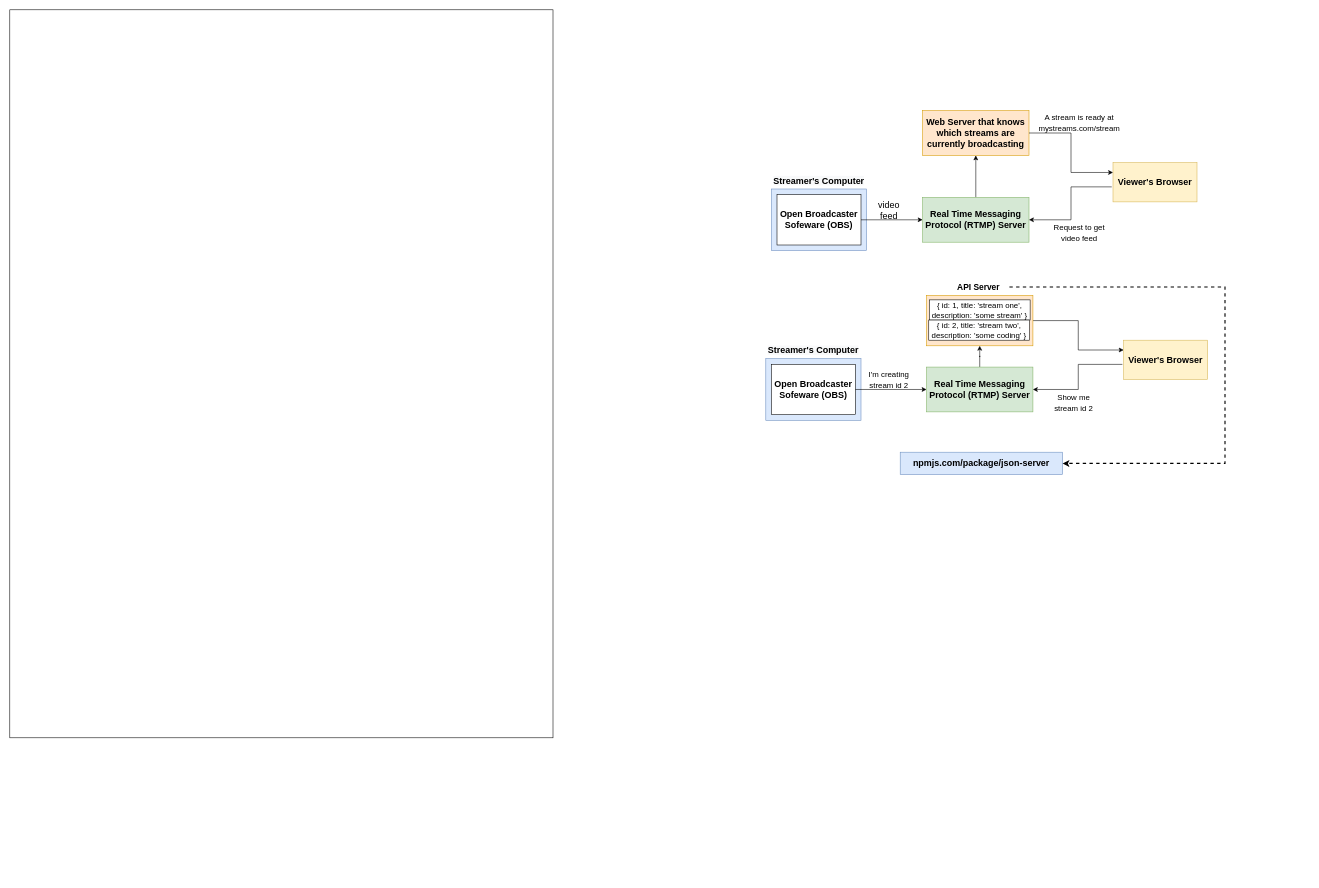
Before: ReactProjects/streamApp.drawio in xuh7x/web-dev, a draw.io diagram. Source tidied: cells renumbered, new cells numbered last; positions are measured from the earlier drawing's top-left corner, leaving out a move shared by most shapes. Both pictures are drawn from the tidied source at 56%, with x=0, y=0 at pixel (10, 10).
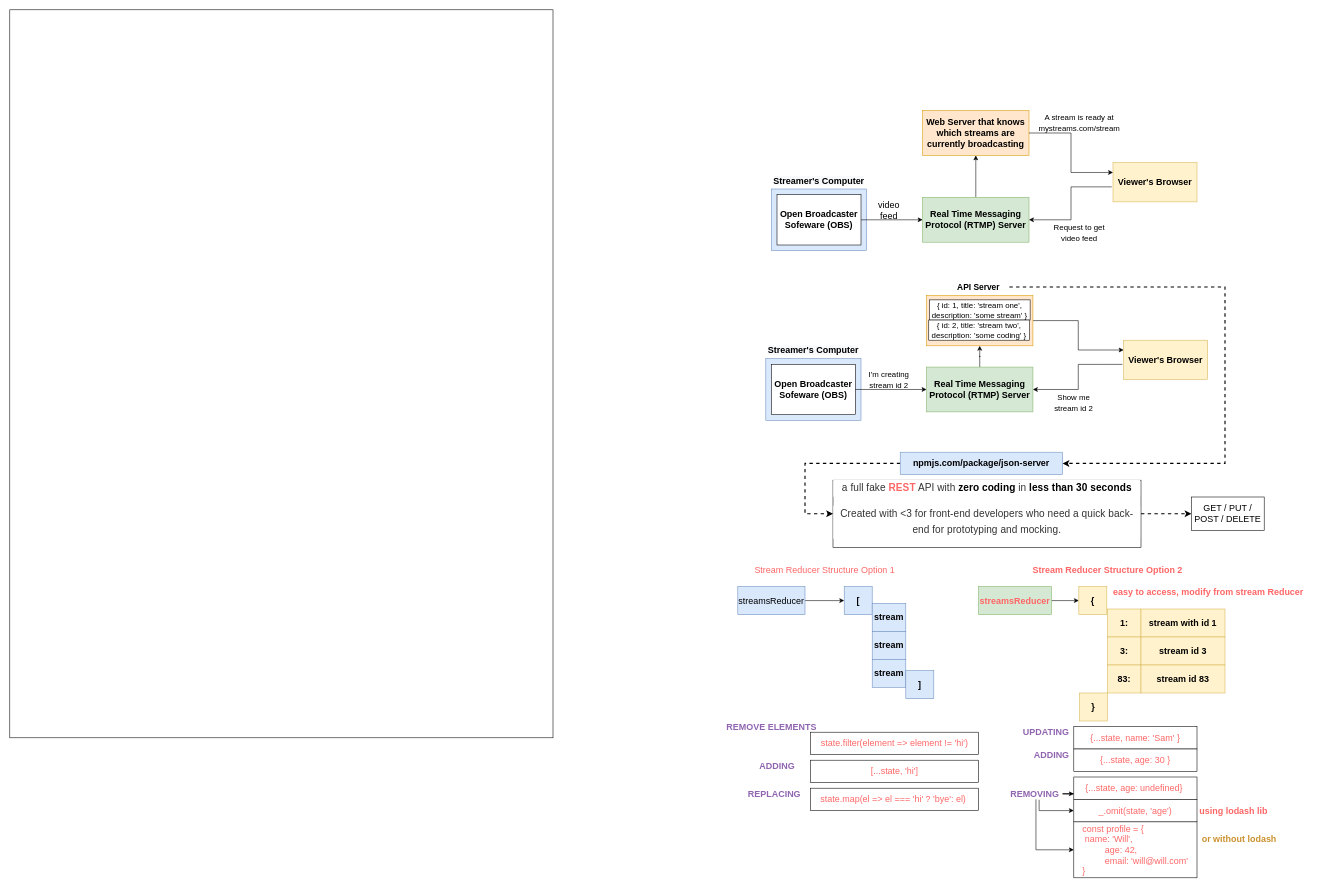
Above is the later version.

Unchanged cells that the change refers to:
```xml
<mxCell id="39" value="&lt;font style=&quot;font-size: 16px&quot;&gt;&lt;b&gt;npmjs.com/package/json-server&lt;/b&gt;&lt;/font&gt;" style="rounded=0;whiteSpace=wrap;html=1;fontSize=14;align=center;fillColor=#dae8fc;strokeColor=#6c8ebf;" parent="1" vertex="1">
  <mxGeometry x="1590" y="790" width="290" height="40" as="geometry" />
</mxCell>
```

The edit, as a diff of the source:
```diff
@@
+    <mxCell id="41" style="edgeStyle=orthogonalEdgeStyle;rounded=0;jettySize=auto;html=1;entryX=0;entryY=0.5;entryDx=0;entryDy=0;dashed=1;fontSize=16;strokeWidth=2;exitX=0;exitY=0.5;exitDx=0;exitDy=0;" parent="1" edge="1" source="39" target="43">
+      <mxGeometry relative="1" as="geometry">
+        <Array as="points">
+          <mxPoint x="1420" y="810" />
+          <mxPoint x="1420" y="900" />
+        </Array>
+      </mxGeometry>
+    </mxCell>
@@
+    <mxCell id="42" style="edgeStyle=orthogonalEdgeStyle;rounded=0;jettySize=auto;html=1;dashed=1;fontSize=16;fontColor=#FF6666;strokeWidth=2;" parent="1" edge="1" source="43" target="44">
+      <mxGeometry relative="1" as="geometry" />
+    </mxCell>
+    <mxCell id="43" value="&lt;p style=&quot;box-sizing: border-box ; font-size: 18px ; margin-top: 0px ; margin-bottom: 16px ; line-height: 1.65 ; letter-spacing: 0.1px ; font-family: &amp;#34;source sans pro&amp;#34; , &amp;#34;lucida grande&amp;#34; , sans-serif ; background-color: rgb(255 , 255 , 255)&quot;&gt;&lt;font color=&quot;#333333&quot;&gt;a full fake &lt;/font&gt;&lt;b&gt;&lt;font color=&quot;#ff6666&quot;&gt;REST&lt;/font&gt;&lt;/b&gt;&lt;font color=&quot;#333333&quot;&gt; API with&amp;nbsp;&lt;/font&gt;&lt;span style=&quot;color: black ; box-sizing: border-box ; font-weight: bolder&quot;&gt;zero coding&lt;/span&gt;&lt;font color=&quot;#333333&quot;&gt;&amp;nbsp;in&amp;nbsp;&lt;/font&gt;&lt;span style=&quot;color: black ; box-sizing: border-box ; font-weight: bolder&quot;&gt;less than 30 seconds&lt;/span&gt;&lt;/p&gt;&lt;p style=&quot;box-sizing: border-box ; color: rgb(51 , 51 , 51) ; font-size: 18px ; margin-top: 0px ; margin-bottom: 16px ; line-height: 1.65 ; letter-spacing: 0.1px ; font-family: &amp;#34;source sans pro&amp;#34; , &amp;#34;lucida grande&amp;#34; , sans-serif ; background-color: rgb(255 , 255 , 255)&quot;&gt;Created with &amp;lt;3 for front-end developers who need a quick back-end for prototyping and mocking.&lt;/p&gt;" style="rounded=0;whiteSpace=wrap;html=1;fontSize=16;align=center;" parent="1" vertex="1">
+      <mxGeometry x="1470" y="840" width="550" height="120" as="geometry" />
+    </mxCell>
+    <mxCell id="44" value="GET / PUT / POST / DELETE" style="whiteSpace=wrap;html=1;rounded=0;fontSize=16;" parent="1" vertex="1">
+      <mxGeometry x="2110" y="870" width="130" height="60" as="geometry" />
+    </mxCell>
+    <mxCell id="45" style="edgeStyle=orthogonalEdgeStyle;rounded=0;jettySize=auto;html=1;fontSize=16;fontColor=#FF6666;strokeWidth=1;" parent="1" edge="1" source="46" target="49">
+      <mxGeometry relative="1" as="geometry" />
+    </mxCell>
+    <mxCell id="46" value="streamsReducer" style="rounded=0;whiteSpace=wrap;html=1;fontSize=16;align=center;fillColor=#dae8fc;strokeColor=#6c8ebf;" parent="1" vertex="1">
+      <mxGeometry x="1300" y="1030" width="120" height="50" as="geometry" />
+    </mxCell>
+    <mxCell id="47" value="Stream Reducer Structure Option 1" style="text;html=1;align=center;verticalAlign=middle;strokeColor=none;fillColor=none;fontSize=16;fontColor=#FF6666;" parent="1" vertex="1">
+      <mxGeometry x="1320" y="990" width="270" height="20" as="geometry" />
+    </mxCell>
+    <mxCell id="48" value="&lt;b&gt;Stream Reducer Structure Option 2&lt;/b&gt;" style="text;html=1;align=center;verticalAlign=middle;strokeColor=none;fillColor=none;fontSize=16;fontColor=#FF6666;" parent="1" vertex="1">
+      <mxGeometry x="1820" y="990" width="280" height="20" as="geometry" />
+    </mxCell>
+    <mxCell id="49" value="&lt;b&gt;[&lt;/b&gt;" style="rounded=0;whiteSpace=wrap;html=1;fontSize=16;align=center;fillColor=#dae8fc;strokeColor=#6c8ebf;" parent="1" vertex="1">
+      <mxGeometry x="1490" y="1030" width="50" height="50" as="geometry" />
+    </mxCell>
+    <mxCell id="50" value="&lt;b&gt;stream&lt;/b&gt;" style="rounded=0;whiteSpace=wrap;html=1;fontSize=16;align=center;fillColor=#dae8fc;strokeColor=#6c8ebf;" parent="1" vertex="1">
+      <mxGeometry x="1540" y="1060" width="60" height="50" as="geometry" />
+    </mxCell>
+    <mxCell id="51" value="&lt;b&gt;stream&lt;/b&gt;" style="rounded=0;whiteSpace=wrap;html=1;fontSize=16;align=center;fillColor=#dae8fc;strokeColor=#6c8ebf;" parent="1" vertex="1">
+      <mxGeometry x="1540" y="1110" width="60" height="50" as="geometry" />
+    </mxCell>
+    <mxCell id="52" value="&lt;b&gt;stream&lt;/b&gt;" style="rounded=0;whiteSpace=wrap;html=1;fontSize=16;align=center;fillColor=#dae8fc;strokeColor=#6c8ebf;" parent="1" vertex="1">
+      <mxGeometry x="1540" y="1160" width="60" height="50" as="geometry" />
+    </mxCell>
+    <mxCell id="53" value="&lt;b&gt;]&lt;/b&gt;" style="rounded=0;whiteSpace=wrap;html=1;fontSize=16;align=center;fillColor=#dae8fc;strokeColor=#6c8ebf;" parent="1" vertex="1">
+      <mxGeometry x="1600" y="1180" width="50" height="50" as="geometry" />
+    </mxCell>
+    <mxCell id="54" style="edgeStyle=orthogonalEdgeStyle;rounded=0;jettySize=auto;html=1;entryX=0;entryY=0.5;entryDx=0;entryDy=0;fontSize=16;fontColor=#FF6666;strokeWidth=1;" parent="1" edge="1" source="55" target="60">
+      <mxGeometry relative="1" as="geometry" />
+    </mxCell>
+    <mxCell id="55" value="&lt;b&gt;&lt;font color=&quot;#ff6666&quot;&gt;streamsReducer&lt;/font&gt;&lt;/b&gt;" style="rounded=0;whiteSpace=wrap;html=1;fontSize=16;align=center;fillColor=#d5e8d4;strokeColor=#82b366;" parent="1" vertex="1">
+      <mxGeometry x="1730" y="1030" width="130" height="50" as="geometry" />
+    </mxCell>
+    <mxCell id="56" value="&lt;b&gt;1:&lt;/b&gt;" style="rounded=0;whiteSpace=wrap;html=1;fontSize=16;align=center;fillColor=#fff2cc;strokeColor=#d6b656;" parent="1" vertex="1">
+      <mxGeometry x="1960" y="1070" width="60" height="50" as="geometry" />
+    </mxCell>
+    <mxCell id="57" value="&lt;b&gt;3:&lt;/b&gt;" style="rounded=0;whiteSpace=wrap;html=1;fontSize=16;align=center;fillColor=#fff2cc;strokeColor=#d6b656;" parent="1" vertex="1">
+      <mxGeometry x="1960" y="1120" width="60" height="50" as="geometry" />
+    </mxCell>
+    <mxCell id="58" value="&lt;b&gt;83:&lt;/b&gt;" style="rounded=0;whiteSpace=wrap;html=1;fontSize=16;align=center;fillColor=#fff2cc;strokeColor=#d6b656;" parent="1" vertex="1">
+      <mxGeometry x="1960" y="1170" width="60" height="50" as="geometry" />
+    </mxCell>
+    <mxCell id="59" value="&lt;b&gt;}&lt;/b&gt;" style="rounded=0;whiteSpace=wrap;html=1;fontSize=16;align=center;fillColor=#fff2cc;strokeColor=#d6b656;" parent="1" vertex="1">
+      <mxGeometry x="1910" y="1220" width="50" height="50" as="geometry" />
+    </mxCell>
+    <mxCell id="60" value="&lt;b&gt;{&lt;/b&gt;" style="rounded=0;whiteSpace=wrap;html=1;fontSize=16;align=center;fillColor=#fff2cc;strokeColor=#d6b656;" parent="1" vertex="1">
+      <mxGeometry x="1909" y="1030" width="50" height="50" as="geometry" />
+    </mxCell>
+    <mxCell id="61" value="&lt;b&gt;stream with id 1&lt;/b&gt;" style="rounded=0;whiteSpace=wrap;html=1;fontSize=16;align=center;fillColor=#fff2cc;strokeColor=#d6b656;" parent="1" vertex="1">
+      <mxGeometry x="2020" y="1070" width="150" height="50" as="geometry" />
+    </mxCell>
+    <mxCell id="62" value="&lt;b&gt;stream id 3&lt;/b&gt;" style="rounded=0;whiteSpace=wrap;html=1;fontSize=16;align=center;fillColor=#fff2cc;strokeColor=#d6b656;" parent="1" vertex="1">
+      <mxGeometry x="2020" y="1120" width="150" height="50" as="geometry" />
+    </mxCell>
+    <mxCell id="63" value="&lt;b&gt;stream id 83&lt;/b&gt;" style="rounded=0;whiteSpace=wrap;html=1;fontSize=16;align=center;fillColor=#fff2cc;strokeColor=#d6b656;" parent="1" vertex="1">
+      <mxGeometry x="2020" y="1170" width="150" height="50" as="geometry" />
+    </mxCell>
+    <mxCell id="64" value="&lt;b&gt;easy to access, modify from stream Reducer&lt;/b&gt;" style="text;html=1;align=center;verticalAlign=middle;strokeColor=none;fillColor=none;fontSize=16;fontColor=#FF6666;" parent="1" vertex="1">
+      <mxGeometry x="1960" y="1030" width="360" height="20" as="geometry" />
+    </mxCell>
+    <mxCell id="65" value="state.map(el =&amp;gt; el === 'hi' ? 'bye': el)&amp;nbsp;" style="whiteSpace=wrap;html=1;fontSize=16;fontColor=#FF6666;align=center;" parent="1" vertex="1">
+      <mxGeometry x="1430" y="1390" width="300" height="40" as="geometry" />
+    </mxCell>
+    <mxCell id="66" value="&lt;div style=&quot;text-align: left&quot;&gt;&lt;span&gt;const profile = {&lt;/span&gt;&lt;/div&gt;&lt;div style=&quot;text-align: left&quot;&gt;&lt;span&gt;&lt;span style=&quot;white-space: pre&quot;&gt; &lt;/span&gt;name: 'Will',&lt;/span&gt;&lt;/div&gt;&lt;blockquote style=&quot;margin: 0 0 0 40px ; border: none ; padding: 0px&quot;&gt;&lt;div style=&quot;text-align: left&quot;&gt;&lt;span&gt;age: 42,&lt;/span&gt;&lt;/div&gt;&lt;/blockquote&gt;&lt;blockquote style=&quot;margin: 0 0 0 40px ; border: none ; padding: 0px&quot;&gt;&lt;div style=&quot;text-align: left&quot;&gt;&lt;span&gt;email: 'will@will.com'&lt;/span&gt;&lt;/div&gt;&lt;/blockquote&gt;&lt;div style=&quot;text-align: left&quot;&gt;&lt;span&gt;}&lt;/span&gt;&lt;/div&gt;" style="whiteSpace=wrap;html=1;fontSize=16;fontColor=#FF6666;align=center;" parent="1" vertex="1">
+      <mxGeometry x="1900" y="1450" width="220" height="100" as="geometry" />
+    </mxCell>
+    <mxCell id="67" value="state.filter(element =&amp;gt; element != 'hi')" style="whiteSpace=wrap;html=1;fontSize=16;fontColor=#FF6666;align=center;" parent="1" vertex="1">
+      <mxGeometry x="1430" y="1290" width="300" height="40" as="geometry" />
+    </mxCell>
+    <mxCell id="68" value="&lt;span style=&quot;color: rgb(144 , 101 , 176) ; font-weight: 600&quot;&gt;REMOVE ELEMENTS&lt;/span&gt;" style="text;html=1;align=center;verticalAlign=middle;strokeColor=none;fillColor=none;fontSize=16;fontColor=#FF6666;" parent="1" vertex="1">
+      <mxGeometry x="1270" y="1270" width="180" height="20" as="geometry" />
+    </mxCell>
+    <mxCell id="69" value="&lt;span style=&quot;color: rgb(144 , 101 , 176) ; font-weight: 600&quot;&gt;ADDING&lt;/span&gt;" style="text;html=1;align=center;verticalAlign=middle;strokeColor=none;fillColor=none;fontSize=16;fontColor=#FF6666;" parent="1" vertex="1">
+      <mxGeometry x="1330" y="1340" width="80" height="20" as="geometry" />
+    </mxCell>
+    <mxCell id="70" value="[...state, 'hi']" style="whiteSpace=wrap;html=1;fontSize=16;fontColor=#FF6666;align=center;" parent="1" vertex="1">
+      <mxGeometry x="1430" y="1340" width="300" height="40" as="geometry" />
+    </mxCell>
+    <mxCell id="71" value="&lt;span style=&quot;color: rgb(144 , 101 , 176) ; font-weight: 600&quot;&gt;REPLACING&lt;/span&gt;" style="text;html=1;align=center;verticalAlign=middle;strokeColor=none;fillColor=none;fontSize=16;fontColor=#FF6666;" parent="1" vertex="1">
+      <mxGeometry x="1310" y="1390" width="110" height="20" as="geometry" />
+    </mxCell>
+    <mxCell id="72" value="&lt;span style=&quot;color: rgb(144 , 101 , 176)&quot;&gt;&lt;b&gt;UPDATING&lt;/b&gt;&lt;/span&gt;" style="text;html=1;align=center;verticalAlign=middle;strokeColor=none;fillColor=none;fontSize=16;fontColor=#FF6666;" parent="1" vertex="1">
+      <mxGeometry x="1800" y="1279" width="100" height="20" as="geometry" />
+    </mxCell>
+    <mxCell id="73" value="&lt;span&gt;{...state, name: 'Sam' }&lt;/span&gt;" style="whiteSpace=wrap;html=1;fontSize=16;fontColor=#FF6666;align=center;" parent="1" vertex="1">
+      <mxGeometry x="1900" y="1280" width="220" height="40" as="geometry" />
+    </mxCell>
+    <mxCell id="74" value="&lt;span style=&quot;color: rgb(144 , 101 , 176)&quot;&gt;&lt;b&gt;ADDING&lt;/b&gt;&lt;/span&gt;" style="text;html=1;align=center;verticalAlign=middle;strokeColor=none;fillColor=none;fontSize=16;fontColor=#FF6666;" parent="1" vertex="1">
+      <mxGeometry x="1820" y="1320" width="80" height="20" as="geometry" />
+    </mxCell>
+    <mxCell id="75" value="&lt;span&gt;{...state, age: 30 }&lt;/span&gt;" style="whiteSpace=wrap;html=1;fontSize=16;fontColor=#FF6666;align=center;" parent="1" vertex="1">
+      <mxGeometry x="1900" y="1320" width="220" height="40" as="geometry" />
+    </mxCell>
+    <mxCell id="76" style="edgeStyle=orthogonalEdgeStyle;rounded=0;jettySize=auto;html=1;entryX=0;entryY=0.5;entryDx=0;entryDy=0;fontSize=16;fontColor=#FF6666;strokeWidth=1;exitX=0.524;exitY=0.992;exitDx=0;exitDy=0;exitPerimeter=0;" parent="1" edge="1" source="79" target="66">
+      <mxGeometry relative="1" as="geometry" />
+    </mxCell>
+    <mxCell id="77" style="edgeStyle=orthogonalEdgeStyle;rounded=0;jettySize=auto;html=1;entryX=0;entryY=0.5;entryDx=0;entryDy=0;fontSize=16;fontColor=#FF6666;strokeWidth=1;exitX=0.581;exitY=1.033;exitDx=0;exitDy=0;exitPerimeter=0;" parent="1" edge="1" source="79" target="81">
+      <mxGeometry relative="1" as="geometry" />
+    </mxCell>
+    <mxCell id="78" style="edgeStyle=orthogonalEdgeStyle;rounded=0;jettySize=auto;html=1;entryX=0;entryY=0.75;entryDx=0;entryDy=0;fontSize=16;fontColor=#FF6666;strokeWidth=1;" parent="1" edge="1" source="79" target="80">
+      <mxGeometry relative="1" as="geometry" />
+    </mxCell>
+    <mxCell id="79" value="&lt;span style=&quot;color: rgb(144 , 101 , 176)&quot;&gt;&lt;b&gt;REMOVING&lt;/b&gt;&lt;/span&gt;" style="text;html=1;align=center;verticalAlign=middle;points=[];strokeColor=none;fillColor=none;fontSize=16;fontColor=#FF6666;" parent="1" vertex="1">
+      <mxGeometry x="1780" y="1390" width="100" height="20" as="geometry" />
+    </mxCell>
+    <mxCell id="80" value="&lt;span class=&quot;notion-enable-hover&quot;&gt;{...state, age: undefined}&amp;nbsp;&lt;br&gt;&lt;/span&gt;" style="whiteSpace=wrap;html=1;fontSize=16;fontColor=#FF6666;align=center;" parent="1" vertex="1">
+      <mxGeometry x="1900" y="1370" width="220" height="40" as="geometry" />
+    </mxCell>
+    <mxCell id="81" value="&lt;span class=&quot;notion-enable-hover&quot;&gt;_.omit(state, 'age')&lt;br&gt;&lt;/span&gt;" style="whiteSpace=wrap;html=1;fontSize=16;fontColor=#FF6666;align=center;" parent="1" vertex="1">
+      <mxGeometry x="1900" y="1410" width="220" height="40" as="geometry" />
+    </mxCell>
+    <mxCell id="82" value="&lt;span&gt;&lt;b&gt;using lodash lib&lt;/b&gt;&lt;/span&gt;" style="text;html=1;align=center;verticalAlign=middle;strokeColor=none;fillColor=none;fontSize=16;fontColor=#FF6666;" parent="1" vertex="1">
+      <mxGeometry x="2115" y="1420" width="140" height="20" as="geometry" />
+    </mxCell>
+    <mxCell id="83" value="&lt;span style=&quot;color: rgb(203 , 145 , 47) ; font-weight: 600&quot;&gt;or without lodash&lt;/span&gt;" style="text;html=1;align=center;verticalAlign=middle;strokeColor=none;fillColor=none;fontSize=16;fontColor=#FF6666;" parent="1" vertex="1">
+      <mxGeometry x="2120" y="1470" width="150" height="20" as="geometry" />
+    </mxCell>
```
